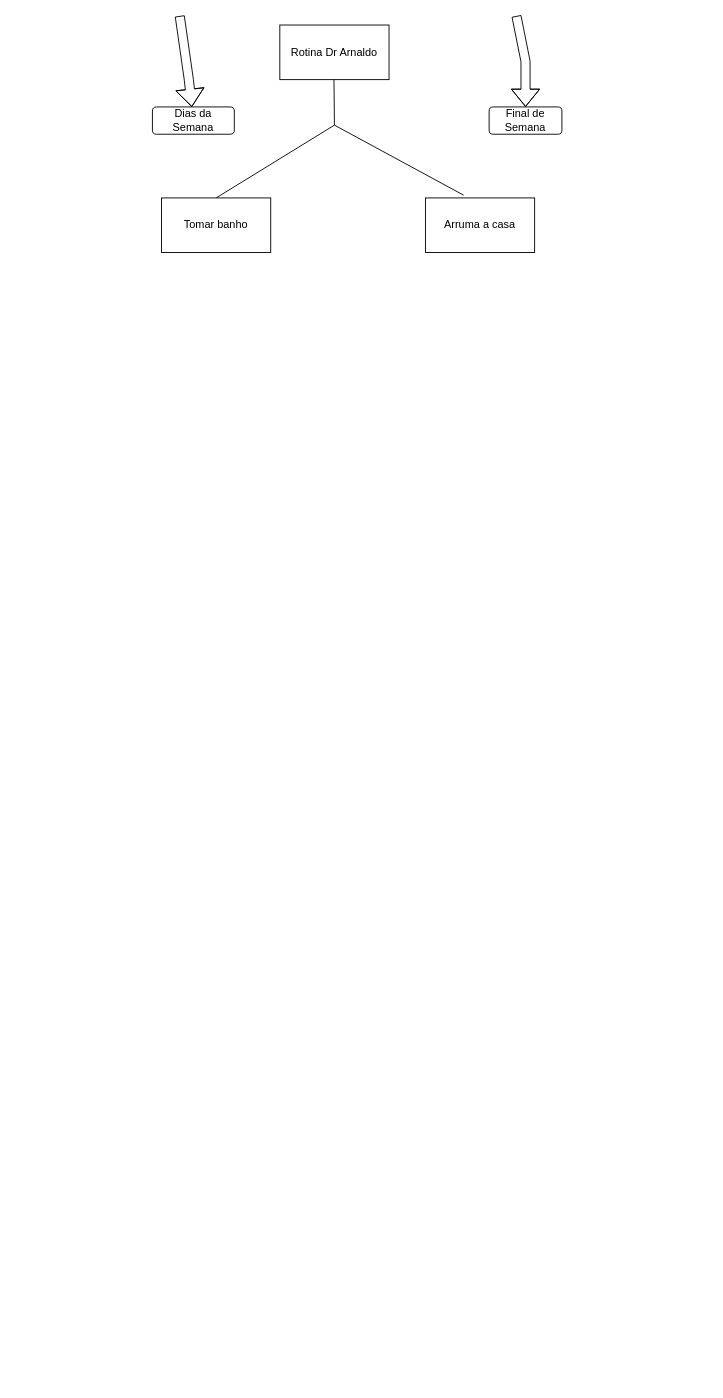
Above: Untitled Diagram.drawio in MatheusYamasato/exercicios_js (draw.io), before the change. Source tidied: cells renumbered, new cells numbered last; positions are measured from the earlier drawing's top-left corner, leaving out a move shared by most shapes. Both pictures are drawn from the tidied source at 91%, with x=0, y=0 at pixel (152, 15).
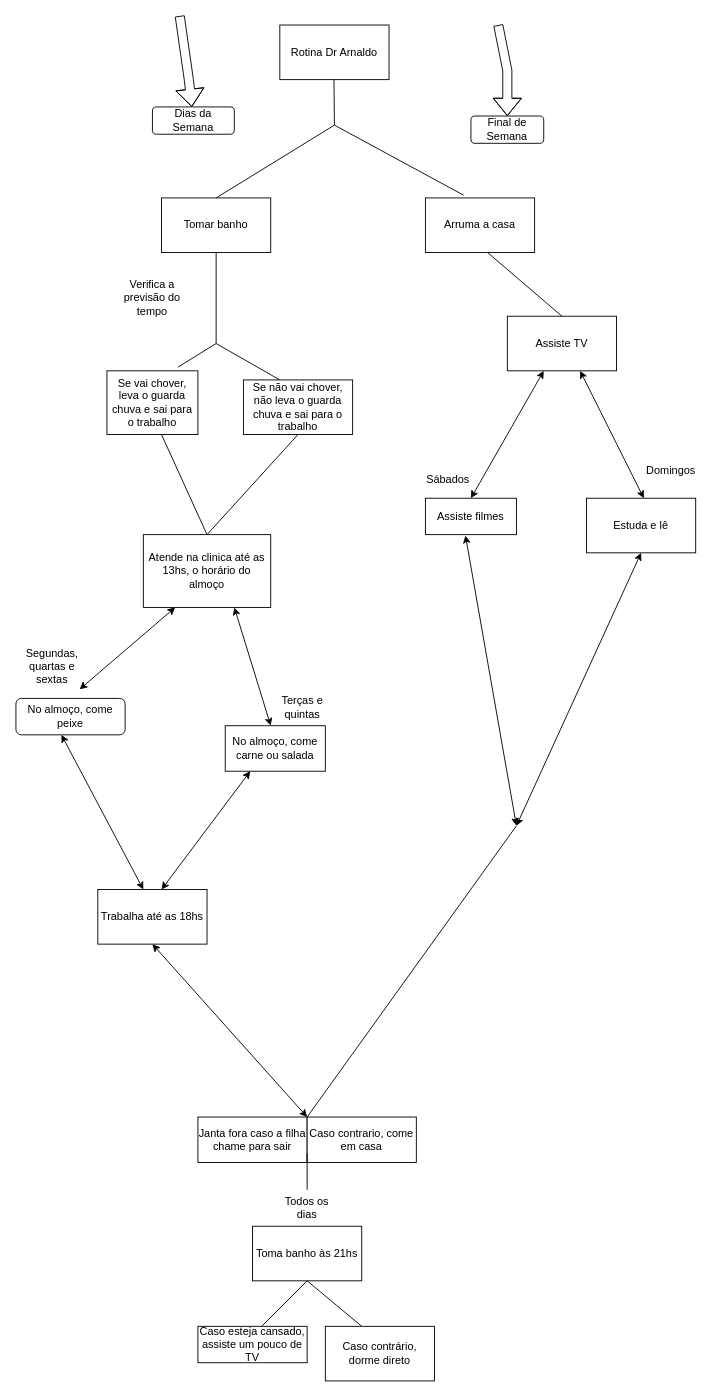
Above is the later version.

What changed in the source:
```diff
@@
     <mxCell id="9" style="shape=flexArrow;endArrow=classic;html=1;" parent="1" edge="1">
       <mxGeometry relative="1" as="geometry">
-        <mxPoint x="400" as="sourcePoint" />
-        <mxPoint x="410" y="100" as="targetPoint" />
+        <mxPoint x="380" y="10" as="sourcePoint" />
+        <mxPoint x="390" y="110" as="targetPoint" />
         <Array as="points">
-          <mxPoint x="410" y="50" />
+          <mxPoint x="390" y="60" />
         </Array>
       </mxGeometry>
     </mxCell>
@@
     <mxCell id="11" value="Final de Semana" style="rounded=1;whiteSpace=wrap;html=1;" parent="1" vertex="1">
-      <mxGeometry x="370" y="100" width="80" height="30" as="geometry" />
+      <mxGeometry x="350" y="110" width="80" height="30" as="geometry" />
     </mxCell>
+    <mxCell id="12" style="endArrow=none;html=1;" parent="1" edge="1">
+      <mxGeometry relative="1" as="geometry">
+        <mxPoint x="70" y="360" as="sourcePoint" />
+        <mxPoint x="70" y="260" as="targetPoint" />
+      </mxGeometry>
+    </mxCell>
+    <mxCell id="13" value="Se vai chover, leva o guarda chuva e sai para o trabalho&lt;br&gt;" style="rounded=0;whiteSpace=wrap;html=1;" parent="1" vertex="1">
+      <mxGeometry x="-50" y="390" width="100" height="70" as="geometry" />
+    </mxCell>
+    <mxCell id="14" style="endArrow=none;html=1;" parent="1" edge="1">
+      <mxGeometry relative="1" as="geometry">
+        <mxPoint x="28" y="386" as="sourcePoint" />
+        <mxPoint x="70" y="360" as="targetPoint" />
+      </mxGeometry>
+    </mxCell>
+    <mxCell id="15" style="endArrow=none;html=1;" parent="1" edge="1">
+      <mxGeometry relative="1" as="geometry">
+        <mxPoint x="70" y="360" as="sourcePoint" />
+        <mxPoint x="140" y="400" as="targetPoint" />
+      </mxGeometry>
+    </mxCell>
+    <mxCell id="16" value="Se não vai chover, não leva o guarda chuva e sai para o trabalho" style="rounded=0;whiteSpace=wrap;html=1;" parent="1" vertex="1">
+      <mxGeometry x="100" y="400" width="120" height="60" as="geometry" />
+    </mxCell>
+    <mxCell id="17" value="Verifica a previsão do tempo" style="text;html=1;strokeColor=none;fillColor=none;align=center;verticalAlign=middle;whiteSpace=wrap;rounded=0;" parent="1" vertex="1">
+      <mxGeometry x="-50" y="280" width="100" height="60" as="geometry" />
+    </mxCell>
+    <mxCell id="18" style="endArrow=none;html=1;" parent="1" edge="1">
+      <mxGeometry relative="1" as="geometry">
+        <mxPoint x="60" y="570" as="sourcePoint" />
+        <mxPoint x="10" y="460" as="targetPoint" />
+      </mxGeometry>
+    </mxCell>
+    <mxCell id="19" style="endArrow=none;html=1;" parent="1" edge="1">
+      <mxGeometry relative="1" as="geometry">
+        <mxPoint x="60" y="570" as="sourcePoint" />
+        <mxPoint x="160" y="460" as="targetPoint" />
+      </mxGeometry>
+    </mxCell>
+    <mxCell id="20" style="endArrow=none;html=1;exitX=0.5;exitY=0;exitDx=0;exitDy=0;" parent="1" edge="1" source="21">
+      <mxGeometry relative="1" as="geometry">
+        <mxPoint x="368.3" y="260" as="targetPoint" />
+      </mxGeometry>
+    </mxCell>
+    <mxCell id="21" value="Assiste TV" style="rounded=0;whiteSpace=wrap;html=1;" parent="1" vertex="1">
+      <mxGeometry x="390" y="330" width="120" height="60" as="geometry" />
+    </mxCell>
+    <mxCell id="22" value="Atende na clinica até as 13hs, o horário do almoço" style="rounded=0;whiteSpace=wrap;html=1;" parent="1" vertex="1">
+      <mxGeometry x="-10" y="570" width="140" height="80" as="geometry" />
+    </mxCell>
+    <mxCell id="23" style="endArrow=classic;startArrow=classic;html=1;" parent="1" edge="1">
+      <mxGeometry relative="1" as="geometry">
+        <mxPoint x="-80" y="740" as="sourcePoint" />
+        <mxPoint x="25" y="650" as="targetPoint" />
+      </mxGeometry>
+    </mxCell>
+    <mxCell id="24" style="endArrow=classic;startArrow=classic;html=1;" parent="1" edge="1">
+      <mxGeometry relative="1" as="geometry">
+        <mxPoint x="130" y="780" as="sourcePoint" />
+        <mxPoint x="90" y="650" as="targetPoint" />
+      </mxGeometry>
+    </mxCell>
+    <mxCell id="25" value="No almoço, come peixe" style="rounded=1;whiteSpace=wrap;html=1;" parent="1" vertex="1">
+      <mxGeometry x="-150" y="750" width="120" height="40" as="geometry" />
+    </mxCell>
+    <mxCell id="26" value="Segundas, quartas e sextas&lt;br&gt;" style="text;html=1;strokeColor=none;fillColor=none;align=center;verticalAlign=middle;whiteSpace=wrap;rounded=0;" parent="1" vertex="1">
+      <mxGeometry x="-150" y="690" width="80" height="50" as="geometry" />
+    </mxCell>
+    <mxCell id="27" value="Terças e quintas" style="text;html=1;strokeColor=none;fillColor=none;align=center;verticalAlign=middle;whiteSpace=wrap;rounded=0;" parent="1" vertex="1">
+      <mxGeometry x="130" y="730" width="70" height="60" as="geometry" />
+    </mxCell>
+    <mxCell id="28" value="No almoço, come carne ou salada" style="rounded=0;whiteSpace=wrap;html=1;" parent="1" vertex="1">
+      <mxGeometry x="80" y="780" width="110" height="50" as="geometry" />
+    </mxCell>
+    <mxCell id="29" style="endArrow=classic;startArrow=classic;html=1;" parent="1" edge="1">
+      <mxGeometry relative="1" as="geometry">
+        <mxPoint x="350" y="530" as="sourcePoint" />
+        <mxPoint x="430" y="390" as="targetPoint" />
+      </mxGeometry>
+    </mxCell>
+    <mxCell id="30" style="endArrow=classic;startArrow=classic;html=1;" parent="1" edge="1">
+      <mxGeometry relative="1" as="geometry">
+        <mxPoint x="540" y="530" as="sourcePoint" />
+        <mxPoint x="470" y="390" as="targetPoint" />
+      </mxGeometry>
+    </mxCell>
+    <mxCell id="31" value="Sábados" style="text;html=1;strokeColor=none;fillColor=none;align=center;verticalAlign=middle;whiteSpace=wrap;rounded=0;" parent="1" vertex="1">
+      <mxGeometry x="300" y="500" width="50" height="20" as="geometry" />
+    </mxCell>
+    <mxCell id="32" value="Domingos" style="text;html=1;strokeColor=none;fillColor=none;align=center;verticalAlign=middle;whiteSpace=wrap;rounded=0;" parent="1" vertex="1">
+      <mxGeometry x="530" y="490" width="80" height="20" as="geometry" />
+    </mxCell>
+    <mxCell id="33" value="Assiste filmes" style="rounded=0;whiteSpace=wrap;html=1;" parent="1" vertex="1">
+      <mxGeometry x="300" y="530" width="100" height="40" as="geometry" />
+    </mxCell>
+    <mxCell id="34" value="Estuda e lê" style="rounded=0;whiteSpace=wrap;html=1;" parent="1" vertex="1">
+      <mxGeometry x="477" y="530" width="120" height="60" as="geometry" />
+    </mxCell>
+    <mxCell id="35" style="endArrow=classic;startArrow=classic;html=1;" parent="1" edge="1">
+      <mxGeometry relative="1" as="geometry">
+        <mxPoint x="-10" y="960" as="sourcePoint" />
+        <mxPoint x="-100" y="790" as="targetPoint" />
+      </mxGeometry>
+    </mxCell>
+    <mxCell id="36" style="endArrow=classic;startArrow=classic;html=1;exitX=0.25;exitY=1;exitDx=0;exitDy=0;" parent="1" edge="1" source="28">
+      <mxGeometry relative="1" as="geometry">
+        <mxPoint x="10" y="960" as="targetPoint" />
+      </mxGeometry>
+    </mxCell>
+    <mxCell id="37" value="Trabalha até as 18hs" style="rounded=0;whiteSpace=wrap;html=1;" parent="1" vertex="1">
+      <mxGeometry x="-60" y="960" width="120" height="60" as="geometry" />
+    </mxCell>
+    <mxCell id="38" style="endArrow=classic;startArrow=classic;html=1;exitX=0.44;exitY=1.025;exitDx=0;exitDy=0;exitPerimeter=0;" parent="1" edge="1" source="33">
+      <mxGeometry relative="1" as="geometry">
+        <mxPoint x="400" y="890" as="targetPoint" />
+      </mxGeometry>
+    </mxCell>
+    <mxCell id="39" style="endArrow=classic;startArrow=classic;html=1;entryX=0.5;entryY=1;entryDx=0;entryDy=0;" parent="1" edge="1" target="34">
+      <mxGeometry relative="1" as="geometry">
+        <mxPoint x="400" y="890" as="sourcePoint" />
+      </mxGeometry>
+    </mxCell>
+    <mxCell id="40" style="endArrow=none;html=1;" parent="1" edge="1">
+      <mxGeometry relative="1" as="geometry">
+        <mxPoint x="170" y="1210" as="sourcePoint" />
+        <mxPoint x="400" y="890" as="targetPoint" />
+      </mxGeometry>
+    </mxCell>
+    <mxCell id="41" style="endArrow=classic;startArrow=classic;html=1;" parent="1" edge="1">
+      <mxGeometry relative="1" as="geometry">
+        <mxPoint x="170" y="1210" as="sourcePoint" />
+        <mxPoint y="1020" as="targetPoint" />
+      </mxGeometry>
+    </mxCell>
+    <mxCell id="42" value="Janta fora caso a filha chame para sair&lt;br&gt;" style="rounded=0;whiteSpace=wrap;html=1;" parent="1" vertex="1">
+      <mxGeometry x="50" y="1210" width="120" height="50" as="geometry" />
+    </mxCell>
+    <mxCell id="43" value="Caso contrario, come em casa" style="rounded=0;whiteSpace=wrap;html=1;" parent="1" vertex="1">
+      <mxGeometry x="170" y="1210" width="120" height="50" as="geometry" />
+    </mxCell>
+    <mxCell id="44" style="endArrow=none;html=1;" parent="1" edge="1" source="46">
+      <mxGeometry relative="1" as="geometry">
+        <mxPoint x="170" y="1250" as="targetPoint" />
+      </mxGeometry>
+    </mxCell>
+    <mxCell id="45" value="Toma banho às 21hs" style="rounded=0;whiteSpace=wrap;html=1;" parent="1" vertex="1">
+      <mxGeometry x="110" y="1330" width="120" height="60" as="geometry" />
+    </mxCell>
+    <mxCell id="46" value="Todos os dias" style="text;html=1;strokeColor=none;fillColor=none;align=center;verticalAlign=middle;whiteSpace=wrap;rounded=0;" parent="1" vertex="1">
+      <mxGeometry x="140" y="1290" width="60" height="40" as="geometry" />
+    </mxCell>
+    <mxCell id="47" style="endArrow=none;html=1;" parent="1" edge="1" target="46">
+      <mxGeometry relative="1" as="geometry">
+        <mxPoint x="170" y="1330" as="sourcePoint" />
+      </mxGeometry>
+    </mxCell>
+    <mxCell id="48" style="endArrow=none;html=1;entryX=0.5;entryY=1;entryDx=0;entryDy=0;" parent="1" edge="1" target="45">
+      <mxGeometry relative="1" as="geometry">
+        <mxPoint x="230" y="1440" as="sourcePoint" />
+      </mxGeometry>
+    </mxCell>
+    <mxCell id="49" style="endArrow=none;html=1;" parent="1" edge="1">
+      <mxGeometry relative="1" as="geometry">
+        <mxPoint x="120" y="1440" as="sourcePoint" />
+        <mxPoint x="170" y="1390" as="targetPoint" />
+      </mxGeometry>
+    </mxCell>
+    <mxCell id="50" value="Caso esteja cansado, assiste um pouco de TV" style="rounded=0;whiteSpace=wrap;html=1;" parent="1" vertex="1">
+      <mxGeometry x="50" y="1440" width="120" height="40" as="geometry" />
+    </mxCell>
+    <mxCell id="51" value="Caso contrário, dorme direto" style="rounded=0;whiteSpace=wrap;html=1;" parent="1" vertex="1">
+      <mxGeometry x="190" y="1440" width="120" height="60" as="geometry" />
+    </mxCell>
```
